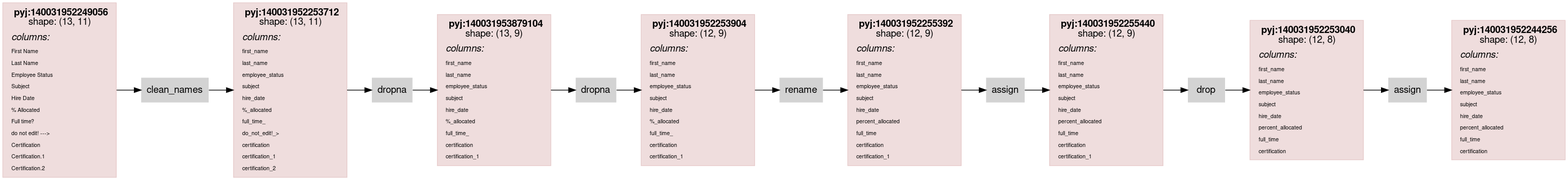
Before: scripts/rdflog/dirty-clean.ttl.dot.png, a diagram exported from Graphviz (asmirnov69/pyjviz-poc). Its source is kept beside it as scripts/rdflog/dirty-clean.ttl.dot.
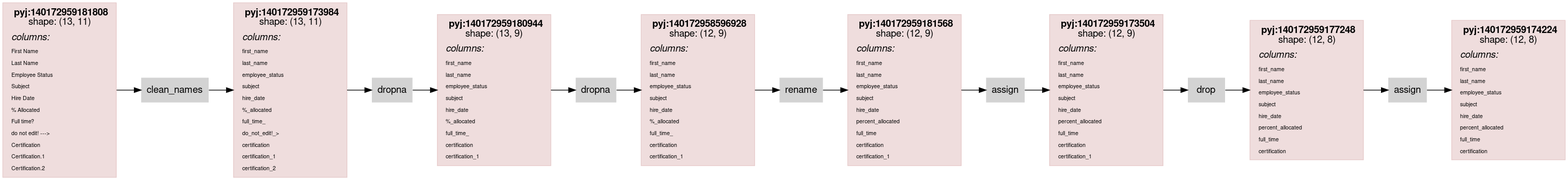
After the commit.

What changed in the source:
```diff
@@ -14,7 +14,7 @@
                 color="#88000022"
                 shape = rect
                 label = <<table border="0" cellborder="0" cellspacing="0" cellpadding="4">
-                         <tr> <td> <b>pyj:140031952249056</b><br/>shape: (13, 11)</td> </tr>
+                         <tr> <td> <b>pyj:140172959181808</b><br/>shape: (13, 11)</td> </tr>
                          <tr> <td align="left"><i>columns:</i><br align="left"/></td></tr>
                 <tr><td align="left"><FONT POINT-SIZE="8px">First Name</FONT></td></tr>
 <tr><td align="left"><FONT POINT-SIZE="8px">Last Name</FONT></td></tr>
@@ -33,7 +33,7 @@
                 color="#88000022"
                 shape = rect
                 label = <<table border="0" cellborder="0" cellspacing="0" cellpadding="4">
-                         <tr> <td> <b>pyj:140031952253712</b><br/>shape: (13, 11)</td> </tr>
+                         <tr> <td> <b>pyj:140172959173984</b><br/>shape: (13, 11)</td> </tr>
                          <tr> <td align="left"><i>columns:</i><br align="left"/></td></tr>
                 <tr><td align="left"><FONT POINT-SIZE="8px">first_name</FONT></td></tr>
 <tr><td align="left"><FONT POINT-SIZE="8px">last_name</FONT></td></tr>
@@ -52,7 +52,7 @@
                 color="#88000022"
                 shape = rect
                 label = <<table border="0" cellborder="0" cellspacing="0" cellpadding="4">
-                         <tr> <td> <b>pyj:140031953879104</b><br/>shape: (13, 9)</td> </tr>
+                         <tr> <td> <b>pyj:140172959180944</b><br/>shape: (13, 9)</td> </tr>
                          <tr> <td align="left"><i>columns:</i><br align="left"/></td></tr>
                 <tr><td align="left"><FONT POINT-SIZE="8px">first_name</FONT></td></tr>
 <tr><td align="left"><FONT POINT-SIZE="8px">last_name</FONT></td></tr>
@@ -69,7 +69,7 @@
                 color="#88000022"
                 shape = rect
                 label = <<table border="0" cellborder="0" cellspacing="0" cellpadding="4">
-                         <tr> <td> <b>pyj:140031952253904</b><br/>shape: (12, 9)</td> </tr>
+                         <tr> <td> <b>pyj:140172958596928</b><br/>shape: (12, 9)</td> </tr>
                          <tr> <td align="left"><i>columns:</i><br align="left"/></td></tr>
                 <tr><td align="left"><FONT POINT-SIZE="8px">first_name</FONT></td></tr>
 <tr><td align="left"><FONT POINT-SIZE="8px">last_name</FONT></td></tr>
@@ -86,7 +86,7 @@
                 color="#88000022"
                 shape = rect
                 label = <<table border="0" cellborder="0" cellspacing="0" cellpadding="4">
-                         <tr> <td> <b>pyj:140031952255392</b><br/>shape: (12, 9)</td> </tr>
+                         <tr> <td> <b>pyj:140172959181568</b><br/>shape: (12, 9)</td> </tr>
                          <tr> <td align="left"><i>columns:</i><br align="left"/></td></tr>
                 <tr><td align="left"><FONT POINT-SIZE="8px">first_name</FONT></td></tr>
 <tr><td align="left"><FONT POINT-SIZE="8px">last_name</FONT></td></tr>
@@ -103,7 +103,7 @@
                 color="#88000022"
                 shape = rect
                 label = <<table border="0" cellborder="0" cellspacing="0" cellpadding="4">
-                         <tr> <td> <b>pyj:140031952255440</b><br/>shape: (12, 9)</td> </tr>
+                         <tr> <td> <b>pyj:140172959173504</b><br/>shape: (12, 9)</td> </tr>
                          <tr> <td align="left"><i>columns:</i><br align="left"/></td></tr>
                 <tr><td align="left"><FONT POINT-SIZE="8px">first_name</FONT></td></tr>
 <tr><td align="left"><FONT POINT-SIZE="8px">last_name</FONT></td></tr>
@@ -120,7 +120,7 @@
                 color="#88000022"
                 shape = rect
                 label = <<table border="0" cellborder="0" cellspacing="0" cellpadding="4">
-                         <tr> <td> <b>pyj:140031952253040</b><br/>shape: (12, 8)</td> </tr>
+                         <tr> <td> <b>pyj:140172959177248</b><br/>shape: (12, 8)</td> </tr>
                          <tr> <td align="left"><i>columns:</i><br align="left"/></td></tr>
                 <tr><td align="left"><FONT POINT-SIZE="8px">first_name</FONT></td></tr>
 <tr><td align="left"><FONT POINT-SIZE="8px">last_name</FONT></td></tr>
@@ -136,7 +136,7 @@
                 color="#88000022"
                 shape = rect
                 label = <<table border="0" cellborder="0" cellspacing="0" cellpadding="4">
-                         <tr> <td> <b>pyj:140031952244256</b><br/>shape: (12, 8)</td> </tr>
+                         <tr> <td> <b>pyj:140172959174224</b><br/>shape: (12, 8)</td> </tr>
                          <tr> <td align="left"><i>columns:</i><br align="left"/></td></tr>
                 <tr><td align="left"><FONT POINT-SIZE="8px">first_name</FONT></td></tr>
 <tr><td align="left"><FONT POINT-SIZE="8px">last_name</FONT></td></tr>
```
